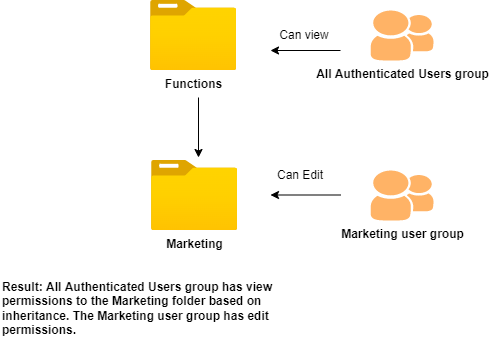
This is help/assets/permissions-inheritance.png from AdobeDocs/experience-manager-assets-essentials.en, a draw.io export, as it was before one commit. Source tidied: cells renumbered, new cells last; positions are measured from the earlier drawing's top-left corner, leaving out a move shared by most shapes. Source of this version:
```xml
<mxGraphModel>
  <root>
    <mxCell id="0" />
    <mxCell id="1" parent="0" />
    <mxCell id="2" value="&lt;b&gt;Functions&lt;/b&gt;" style="html=1;align=center;image;fontSize=12;image=img/lib/azure2/general/Folder_Blank.svg;" parent="1" vertex="1">
      <mxGeometry x="150" width="86.2" height="70" as="geometry" />
    </mxCell>
    <mxCell id="3" value="&lt;b&gt;Marketing&lt;/b&gt;" style="html=1;align=center;image;fontSize=12;image=img/lib/azure2/general/Folder_Blank.svg;" parent="1" vertex="1">
      <mxGeometry x="151" y="160" width="86.2" height="70" as="geometry" />
    </mxCell>
    <mxCell id="4" value="&lt;b&gt;All Authenticated Users group&lt;/b&gt;" style="shadow=0;dashed=0;html=1;strokeColor=none;fillColor=#FFB366;labelPosition=center;verticalLabelPosition=bottom;verticalAlign=top;align=center;shape=mxgraph.veeam.2d.group;" parent="1" vertex="1">
      <mxGeometry x="370" y="10" width="63" height="50" as="geometry" />
    </mxCell>
    <mxCell id="5" style="endArrow=classic;html=1;rounded=0;" parent="1" edge="1">
      <mxGeometry relative="1" as="geometry">
        <mxPoint x="340" y="50" as="sourcePoint" />
        <mxPoint x="270" y="50" as="targetPoint" />
      </mxGeometry>
    </mxCell>
    <mxCell id="6" value="&lt;b&gt;Marketing user group&lt;/b&gt;" style="shadow=0;dashed=0;html=1;strokeColor=none;fillColor=#FFB366;labelPosition=center;verticalLabelPosition=bottom;verticalAlign=top;align=center;shape=mxgraph.veeam.2d.group;" parent="1" vertex="1">
      <mxGeometry x="370" y="170" width="63" height="50" as="geometry" />
    </mxCell>
    <mxCell id="7" style="endArrow=classic;html=1;rounded=0;" parent="1" edge="1">
      <mxGeometry relative="1" as="geometry">
        <mxPoint x="340" y="194.5" as="sourcePoint" />
        <mxPoint x="270" y="194.5" as="targetPoint" />
      </mxGeometry>
    </mxCell>
    <mxCell id="8" value="Can view" style="text;html=1;strokeColor=none;fillColor=none;align=center;verticalAlign=middle;whiteSpace=wrap;rounded=0;" parent="1" vertex="1">
      <mxGeometry x="274" y="20" width="60" height="30" as="geometry" />
    </mxCell>
    <mxCell id="9" value="Can Edit" style="text;html=1;strokeColor=none;fillColor=none;align=center;verticalAlign=middle;whiteSpace=wrap;rounded=0;" parent="1" vertex="1">
      <mxGeometry x="270" y="160" width="60" height="30" as="geometry" />
    </mxCell>
    <mxCell id="10" value="&lt;font color=&quot;#000000&quot;&gt;&lt;b&gt;Result: All Authenticated Users group has view permissions to the Marketing folder based on inheritance. The Marketing user group has edit permissions.&amp;nbsp;&lt;/b&gt;&lt;/font&gt;" style="text;html=1;strokeColor=none;fillColor=none;align=left;verticalAlign=middle;whiteSpace=wrap;rounded=0;fontColor=#FFFFFF;" parent="1" vertex="1">
      <mxGeometry y="270" width="290" height="75" as="geometry" />
    </mxCell>
    <mxCell id="11" style="endArrow=classic;html=1;rounded=0;" parent="1" edge="1">
      <mxGeometry relative="1" as="geometry">
        <mxPoint x="198" y="97" as="sourcePoint" />
        <mxPoint x="198" y="157" as="targetPoint" />
      </mxGeometry>
    </mxCell>
  </root>
</mxGraphModel>
```
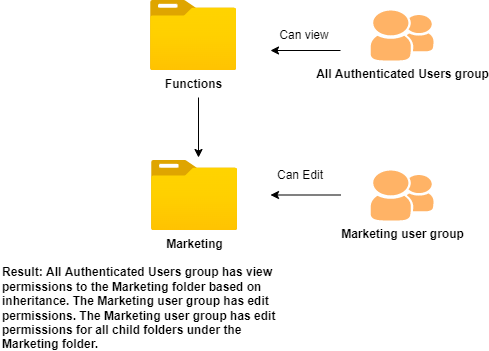
The same diagram one commit later.

The edit, as a diff of the source:
```diff
@@ -32,7 +32,7 @@
     <mxCell id="9" value="Can Edit" style="text;html=1;strokeColor=none;fillColor=none;align=center;verticalAlign=middle;whiteSpace=wrap;rounded=0;" parent="1" vertex="1">
       <mxGeometry x="270" y="160" width="60" height="30" as="geometry" />
     </mxCell>
-    <mxCell id="10" value="&lt;font color=&quot;#000000&quot;&gt;&lt;b&gt;Result: All Authenticated Users group has view permissions to the Marketing folder based on inheritance. The Marketing user group has edit permissions.&amp;nbsp;&lt;/b&gt;&lt;/font&gt;" style="text;html=1;strokeColor=none;fillColor=none;align=left;verticalAlign=middle;whiteSpace=wrap;rounded=0;fontColor=#FFFFFF;" parent="1" vertex="1">
+    <mxCell id="10" value="&lt;font color=&quot;#000000&quot;&gt;&lt;b&gt;Result: All Authenticated Users group has view permissions to the Marketing folder based on inheritance. The Marketing user group has edit permissions. The Marketing user group has edit permissions for all child folders under the Marketing folder.&lt;/b&gt;&lt;/font&gt;" style="text;html=1;strokeColor=none;fillColor=none;align=left;verticalAlign=middle;whiteSpace=wrap;rounded=0;fontColor=#FFFFFF;" parent="1" vertex="1">
       <mxGeometry y="270" width="290" height="75" as="geometry" />
     </mxCell>
     <mxCell id="11" style="endArrow=classic;html=1;rounded=0;" parent="1" edge="1">
```
